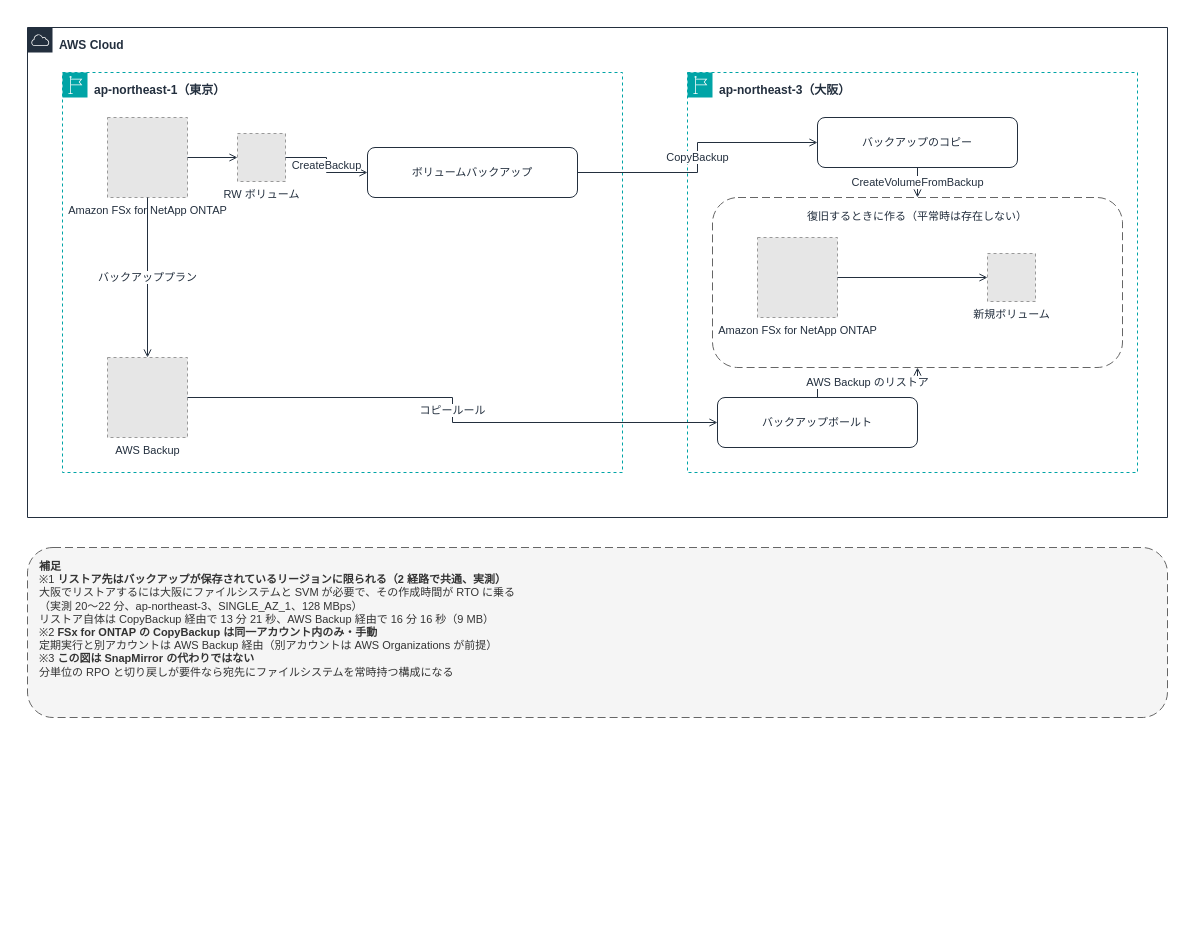
Above: docs/_assets/diagrams/backup-copy-cross-region.drawio in Yoshiki0705/FSx-for-ONTAP-Adoption-Playbook (draw.io), before the change. Source tidied: cells renumbered, new cells numbered last; positions are measured from the earlier drawing's top-left corner, leaving out a move shared by most shapes. Both pictures are drawn from the tidied source at 100%, with x=0, y=0 at pixel (27, 27). Pictures stored in the file or linked from it are replaced by grey dashed boxes.
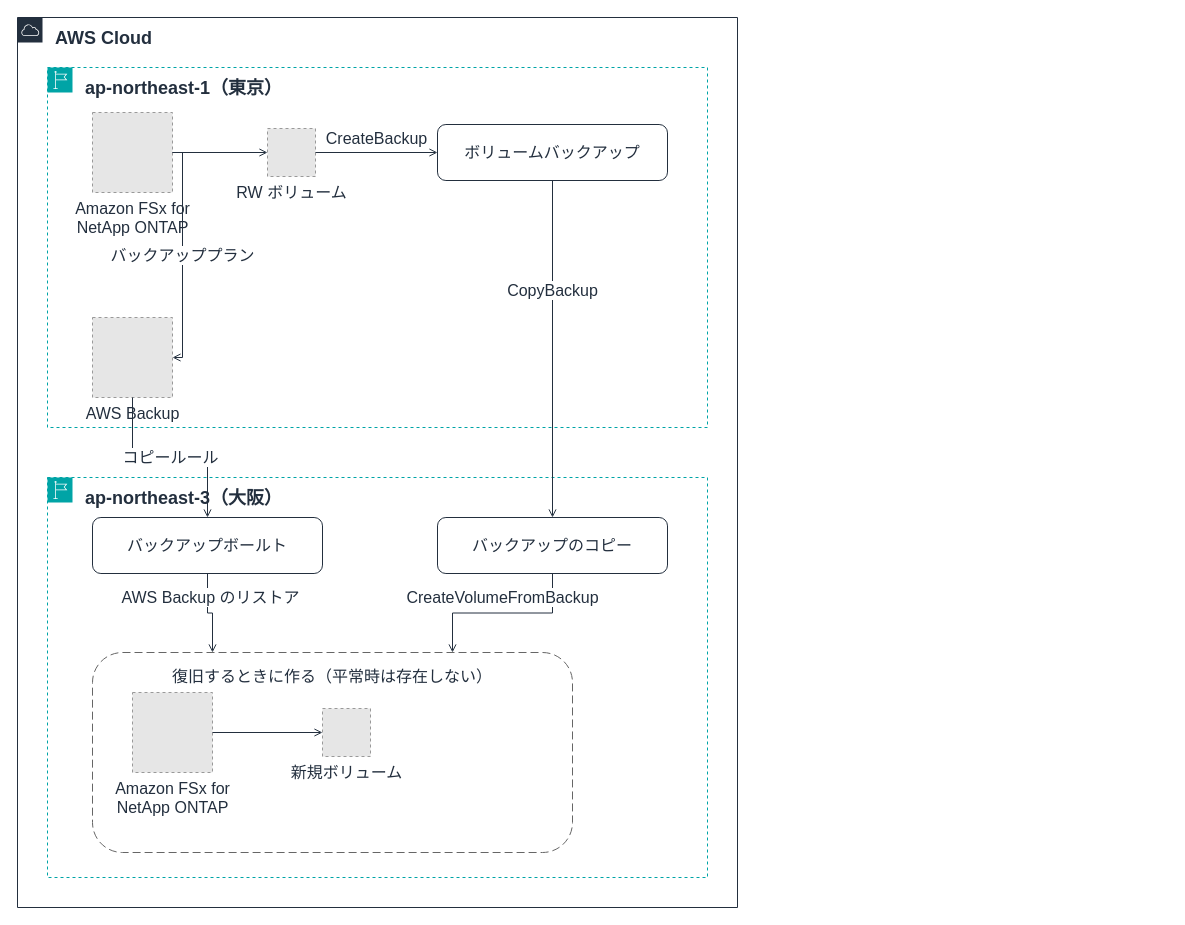
Above is the later version.

Change to the diagram source:
```diff
@@
-    <mxCell id="2" value="AWS Cloud" style="gradientColor=none;html=1;whiteSpace=wrap;fontSize=12;fontStyle=1;fontColor=#232F3E;shape=mxgraph.aws4.group;grIcon=mxgraph.aws4.group_aws_cloud;strokeColor=#232F3E;fillColor=none;verticalAlign=top;align=left;spacingLeft=30;spacingTop=4;dashed=0;" parent="1" vertex="1">
-      <mxGeometry width="1140" height="490" as="geometry" />
+    <mxCell id="2" value="AWS Cloud" style="gradientColor=none;html=1;whiteSpace=wrap;fontSize=18;fontStyle=1;fontColor=#232F3E;shape=mxgraph.aws4.group;grIcon=mxgraph.aws4.group_aws_cloud;strokeColor=#232F3E;fillColor=none;verticalAlign=top;align=left;spacingLeft=36;spacingTop=4;dashed=0;" parent="1" vertex="1">
+      <mxGeometry x="-10" y="-10" width="720" height="890" as="geometry" />
     </mxCell>
-    <mxCell id="3" value="ap-northeast-1（東京）" style="gradientColor=none;html=1;whiteSpace=wrap;fontSize=12;fontStyle=1;fontColor=#232F3E;shape=mxgraph.aws4.group;grIcon=mxgraph.aws4.group_region;strokeColor=#00A4A6;fillColor=none;verticalAlign=top;align=left;spacingLeft=30;spacingTop=4;dashed=1;" parent="1" vertex="1">
-      <mxGeometry x="35" y="45" width="560" height="400" as="geometry" />
+    <mxCell id="3" value="ap-northeast-1（東京）" style="gradientColor=none;html=1;whiteSpace=wrap;fontSize=18;fontStyle=1;fontColor=#232F3E;shape=mxgraph.aws4.group;grIcon=mxgraph.aws4.group_region;strokeColor=#00A4A6;fillColor=none;verticalAlign=top;align=left;spacingLeft=36;spacingTop=4;dashed=1;" parent="1" vertex="1">
+      <mxGeometry x="20" y="40" width="660" height="360" as="geometry" />
     </mxCell>
-    <mxCell id="4" value="ap-northeast-3（大阪）" style="gradientColor=none;html=1;whiteSpace=wrap;fontSize=12;fontStyle=1;fontColor=#232F3E;shape=mxgraph.aws4.group;grIcon=mxgraph.aws4.group_region;strokeColor=#00A4A6;fillColor=none;verticalAlign=top;align=left;spacingLeft=30;spacingTop=4;dashed=1;" parent="1" vertex="1">
-      <mxGeometry x="660" y="45" width="450" height="400" as="geometry" />
+    <mxCell id="4" value="ap-northeast-3（大阪）" style="gradientColor=none;html=1;whiteSpace=wrap;fontSize=18;fontStyle=1;fontColor=#232F3E;shape=mxgraph.aws4.group;grIcon=mxgraph.aws4.group_region;strokeColor=#00A4A6;fillColor=none;verticalAlign=top;align=left;spacingLeft=36;spacingTop=4;dashed=1;" parent="1" vertex="1">
+      <mxGeometry x="20" y="450" width="660" height="400" as="geometry" />
     </mxCell>
-    <mxCell id="5" value="復旧するときに作る（平常時は存在しない）" style="rounded=1;whiteSpace=wrap;html=1;dashed=1;dashPattern=8 4;strokeColor=#666666;fillColor=none;fontColor=#232F3E;fontSize=11;verticalAlign=top;align=center;spacingTop=6;" parent="1" vertex="1">
-      <mxGeometry x="685" y="170" width="410" height="170" as="geometry" />
+    <mxCell id="5" value="復旧するときに作る（平常時は存在しない）" style="rounded=1;whiteSpace=wrap;html=1;dashed=1;dashPattern=8 4;strokeColor=#666666;fillColor=none;fontColor=#232F3E;fontSize=16;verticalAlign=top;align=center;spacingTop=8;" parent="1" vertex="1">
+      <mxGeometry x="65" y="625" width="480" height="200" as="geometry" />
     </mxCell>
-    <mxCell id="6" value="ボリュームバックアップ" style="rounded=1;whiteSpace=wrap;html=1;strokeColor=#232F3E;fillColor=none;fontColor=#232F3E;fontSize=11;verticalAlign=middle;align=center;" parent="1" vertex="1">
-      <mxGeometry x="340" y="120" width="210" height="50" as="geometry" />
+    <mxCell id="6" value="ボリュームバックアップ" style="rounded=1;whiteSpace=wrap;html=1;strokeColor=#232F3E;fillColor=none;fontColor=#232F3E;fontSize=16;verticalAlign=middle;align=center;" parent="1" vertex="1">
+      <mxGeometry x="410" y="97" width="230" height="56" as="geometry" />
     </mxCell>
-    <mxCell id="7" value="バックアップのコピー" style="rounded=1;whiteSpace=wrap;html=1;strokeColor=#232F3E;fillColor=none;fontColor=#232F3E;fontSize=11;verticalAlign=middle;align=center;" parent="1" vertex="1">
-      <mxGeometry x="790" y="90" width="200" height="50" as="geometry" />
+    <mxCell id="7" value="バックアップのコピー" style="rounded=1;whiteSpace=wrap;html=1;strokeColor=#232F3E;fillColor=none;fontColor=#232F3E;fontSize=16;verticalAlign=middle;align=center;" parent="1" vertex="1">
+      <mxGeometry x="410" y="490" width="230" height="56" as="geometry" />
     </mxCell>
-    <mxCell id="8" value="バックアップボールト" style="rounded=1;whiteSpace=wrap;html=1;strokeColor=#232F3E;fillColor=none;fontColor=#232F3E;fontSize=11;verticalAlign=middle;align=center;" parent="1" vertex="1">
-      <mxGeometry x="690" y="370" width="200" height="50" as="geometry" />
+    <mxCell id="8" value="バックアップボールト" style="rounded=1;whiteSpace=wrap;html=1;strokeColor=#232F3E;fillColor=none;fontColor=#232F3E;fontSize=16;verticalAlign=middle;align=center;" parent="1" vertex="1">
+      <mxGeometry x="65" y="490" width="230" height="56" as="geometry" />
     </mxCell>
-    <mxCell id="9" value="Amazon FSx for NetApp ONTAP" style="fillColor=#E6E6E6;strokeColor=#999999;dashed=1;html=1;verticalLabelPosition=bottom;verticalAlign=top;labelPosition=center;align=center;fontSize=11;fontColor=#232F3E;" parent="1" vertex="1">
-      <mxGeometry x="80" y="90" width="80" height="80" as="geometry" />
+    <mxCell id="9" value="Amazon FSx for&lt;br&gt;NetApp ONTAP" style="fillColor=#E6E6E6;strokeColor=#999999;dashed=1;html=1;verticalLabelPosition=bottom;verticalAlign=top;labelPosition=center;align=center;fontSize=16;fontColor=#232F3E;" parent="1" vertex="1">
+      <mxGeometry x="65" y="85" width="80" height="80" as="geometry" />
     </mxCell>
-    <mxCell id="10" value="RW ボリューム" style="fillColor=#E6E6E6;strokeColor=#999999;dashed=1;html=1;verticalLabelPosition=bottom;verticalAlign=top;labelPosition=center;align=center;fontSize=11;fontColor=#232F3E;" parent="1" vertex="1">
-      <mxGeometry x="210" y="106" width="48" height="48" as="geometry" />
+    <mxCell id="10" value="RW ボリューム" style="fillColor=#E6E6E6;strokeColor=#999999;dashed=1;html=1;verticalLabelPosition=bottom;verticalAlign=top;labelPosition=center;align=center;fontSize=16;fontColor=#232F3E;" parent="1" vertex="1">
+      <mxGeometry x="240" y="101" width="48" height="48" as="geometry" />
     </mxCell>
-    <mxCell id="11" value="AWS Backup" style="fillColor=#E6E6E6;strokeColor=#999999;dashed=1;html=1;verticalLabelPosition=bottom;verticalAlign=top;labelPosition=center;align=center;fontSize=11;fontColor=#232F3E;" parent="1" vertex="1">
-      <mxGeometry x="80" y="330" width="80" height="80" as="geometry" />
+    <mxCell id="11" value="AWS Backup" style="fillColor=#E6E6E6;strokeColor=#999999;dashed=1;html=1;verticalLabelPosition=bottom;verticalAlign=top;labelPosition=center;align=center;fontSize=16;fontColor=#232F3E;" parent="1" vertex="1">
+      <mxGeometry x="65" y="290" width="80" height="80" as="geometry" />
     </mxCell>
-    <mxCell id="12" value="Amazon FSx for NetApp ONTAP" style="fillColor=#E6E6E6;strokeColor=#999999;dashed=1;html=1;verticalLabelPosition=bottom;verticalAlign=top;labelPosition=center;align=center;fontSize=11;fontColor=#232F3E;" parent="1" vertex="1">
-      <mxGeometry x="730" y="210" width="80" height="80" as="geometry" />
+    <mxCell id="12" value="Amazon FSx for&lt;br&gt;NetApp ONTAP" style="fillColor=#E6E6E6;strokeColor=#999999;dashed=1;html=1;verticalLabelPosition=bottom;verticalAlign=top;labelPosition=center;align=center;fontSize=16;fontColor=#232F3E;" parent="1" vertex="1">
+      <mxGeometry x="105" y="665" width="80" height="80" as="geometry" />
     </mxCell>
-    <mxCell id="13" value="新規ボリューム" style="fillColor=#E6E6E6;strokeColor=#999999;dashed=1;html=1;verticalLabelPosition=bottom;verticalAlign=top;labelPosition=center;align=center;fontSize=11;fontColor=#232F3E;" parent="1" vertex="1">
-      <mxGeometry x="960" y="226" width="48" height="48" as="geometry" />
+    <mxCell id="13" value="新規ボリューム" style="fillColor=#E6E6E6;strokeColor=#999999;dashed=1;html=1;verticalLabelPosition=bottom;verticalAlign=top;labelPosition=center;align=center;fontSize=16;fontColor=#232F3E;" parent="1" vertex="1">
+      <mxGeometry x="295" y="681" width="48" height="48" as="geometry" />
     </mxCell>
-    <mxCell id="14" style="edgeStyle=orthogonalEdgeStyle;rounded=0;html=1;endArrow=open;endFill=0;strokeColor=#232F3E;strokeWidth=1;fontSize=11;fontColor=#232F3E;labelBackgroundColor=#FFFFFF;" parent="1" edge="1" source="9" target="10">
+    <mxCell id="14" style="edgeStyle=orthogonalEdgeStyle;rounded=0;html=1;endArrow=open;endFill=0;strokeColor=#232F3E;strokeWidth=1;fontSize=16;fontColor=#232F3E;labelBackgroundColor=#FFFFFF;" parent="1" edge="1" source="9" target="10">
       <mxGeometry relative="1" as="geometry" />
     </mxCell>
-    <mxCell id="15" value="CreateBackup" style="edgeStyle=orthogonalEdgeStyle;rounded=0;html=1;endArrow=open;endFill=0;strokeColor=#232F3E;strokeWidth=1;fontSize=11;fontColor=#232F3E;labelBackgroundColor=#FFFFFF;" parent="1" edge="1" source="10" target="6">
-      <mxGeometry relative="1" as="geometry" />
+    <mxCell id="15" value="CreateBackup" style="edgeStyle=orthogonalEdgeStyle;rounded=0;html=1;endArrow=open;endFill=0;strokeColor=#232F3E;strokeWidth=1;fontSize=16;fontColor=#232F3E;labelBackgroundColor=#FFFFFF;" parent="1" edge="1" source="10" target="6">
+      <mxGeometry relative="1" as="geometry">
+        <mxPoint y="-14" as="offset" />
+      </mxGeometry>
     </mxCell>
-    <mxCell id="16" value="CopyBackup" style="edgeStyle=orthogonalEdgeStyle;rounded=0;html=1;endArrow=open;endFill=0;strokeColor=#232F3E;strokeWidth=1;fontSize=11;fontColor=#232F3E;labelBackgroundColor=#FFFFFF;" parent="1" edge="1" source="6" target="7">
-      <mxGeometry relative="1" as="geometry" />
+    <mxCell id="16" value="CopyBackup" style="edgeStyle=orthogonalEdgeStyle;rounded=0;html=1;endArrow=open;endFill=0;strokeColor=#232F3E;strokeWidth=1;fontSize=16;fontColor=#232F3E;labelBackgroundColor=#FFFFFF;exitX=0.5;exitY=1.0;exitDx=0;exitDy=0;entryX=0.5;entryY=0.0;entryDx=0;entryDy=0;" parent="1" edge="1" source="6" target="7">
+      <mxGeometry x="-0.35" relative="1" as="geometry" />
     </mxCell>
-    <mxCell id="17" value="バックアッププラン" style="edgeStyle=orthogonalEdgeStyle;rounded=0;html=1;endArrow=open;endFill=0;strokeColor=#232F3E;strokeWidth=1;fontSize=11;fontColor=#232F3E;labelBackgroundColor=#FFFFFF;" parent="1" edge="1" source="9" target="11">
+    <mxCell id="17" value="バックアッププラン" style="edgeStyle=orthogonalEdgeStyle;rounded=0;html=1;endArrow=open;endFill=0;strokeColor=#232F3E;strokeWidth=1;fontSize=16;fontColor=#232F3E;labelBackgroundColor=#FFFFFF;exitX=1.0;exitY=0.5;exitDx=0;exitDy=0;entryX=1.0;entryY=0.5;entryDx=0;entryDy=0;" parent="1" edge="1" source="9" target="11">
       <mxGeometry relative="1" as="geometry" />
     </mxCell>
-    <mxCell id="18" value="コピールール" style="edgeStyle=orthogonalEdgeStyle;rounded=0;html=1;endArrow=open;endFill=0;strokeColor=#232F3E;strokeWidth=1;fontSize=11;fontColor=#232F3E;labelBackgroundColor=#FFFFFF;" parent="1" edge="1" source="11" target="8">
+    <mxCell id="18" value="コピールール" style="edgeStyle=orthogonalEdgeStyle;rounded=0;html=1;endArrow=open;endFill=0;strokeColor=#232F3E;strokeWidth=1;fontSize=16;fontColor=#232F3E;labelBackgroundColor=#FFFFFF;exitX=0.5;exitY=1.0;exitDx=0;exitDy=0;entryX=0.5;entryY=0.0;entryDx=0;entryDy=0;" parent="1" edge="1" source="11" target="8">
       <mxGeometry relative="1" as="geometry" />
     </mxCell>
-    <mxCell id="19" value="CreateVolumeFromBackup" style="edgeStyle=orthogonalEdgeStyle;rounded=0;html=1;endArrow=open;endFill=0;strokeColor=#232F3E;strokeWidth=1;fontSize=11;fontColor=#232F3E;labelBackgroundColor=#FFFFFF;exitX=0.5;exitY=1.0;exitDx=0;exitDy=0;entryX=0.5;entryY=0.0;entryDx=0;entryDy=0;" parent="1" edge="1" source="7" target="5">
-      <mxGeometry relative="1" as="geometry" />
+    <mxCell id="19" value="CreateVolumeFromBackup" style="edgeStyle=orthogonalEdgeStyle;rounded=0;html=1;endArrow=open;endFill=0;strokeColor=#232F3E;strokeWidth=1;fontSize=16;fontColor=#232F3E;labelBackgroundColor=#FFFFFF;exitX=0.5;exitY=1.0;exitDx=0;exitDy=0;entryX=0.75;entryY=0.0;entryDx=0;entryDy=0;" parent="1" edge="1" source="7" target="5">
+      <mxGeometry relative="1" as="geometry">
+        <mxPoint y="-16" as="offset" />
+      </mxGeometry>
     </mxCell>
-    <mxCell id="20" value="AWS Backup のリストア" style="edgeStyle=orthogonalEdgeStyle;rounded=0;html=1;endArrow=open;endFill=0;strokeColor=#232F3E;strokeWidth=1;fontSize=11;fontColor=#232F3E;labelBackgroundColor=#FFFFFF;exitX=0.5;exitY=0.0;exitDx=0;exitDy=0;entryX=0.5;entryY=1.0;entryDx=0;entryDy=0;" parent="1" edge="1" source="8" target="5">
-      <mxGeometry relative="1" as="geometry" />
+    <mxCell id="20" value="AWS Backup のリストア" style="edgeStyle=orthogonalEdgeStyle;rounded=0;html=1;endArrow=open;endFill=0;strokeColor=#232F3E;strokeWidth=1;fontSize=16;fontColor=#232F3E;labelBackgroundColor=#FFFFFF;exitX=0.5;exitY=1.0;exitDx=0;exitDy=0;entryX=0.25;entryY=0.0;entryDx=0;entryDy=0;" parent="1" edge="1" source="8" target="5">
+      <mxGeometry relative="1" as="geometry">
+        <mxPoint y="-16" as="offset" />
+      </mxGeometry>
     </mxCell>
-    <mxCell id="21" style="edgeStyle=orthogonalEdgeStyle;rounded=0;html=1;endArrow=open;endFill=0;strokeColor=#232F3E;strokeWidth=1;fontSize=11;fontColor=#232F3E;labelBackgroundColor=#FFFFFF;" parent="1" edge="1" source="12" target="13">
+    <mxCell id="21" style="edgeStyle=orthogonalEdgeStyle;rounded=0;html=1;endArrow=open;endFill=0;strokeColor=#232F3E;strokeWidth=1;fontSize=16;fontColor=#232F3E;labelBackgroundColor=#FFFFFF;" parent="1" edge="1" source="12" target="13">
       <mxGeometry relative="1" as="geometry" />
     </mxCell>
-    <mxCell id="22" value="&lt;b&gt;補足&lt;/b&gt;&lt;br&gt;※1 &lt;b&gt;リストア先はバックアップが保存されているリージョンに限られる（2 経路で共通、実測）&lt;/b&gt;&lt;br&gt;大阪でリストアするには大阪にファイルシステムと SVM が必要で、その作成時間が RTO に乗る&lt;br&gt;（実測 20〜22 分、ap-northeast-3、SINGLE_AZ_1、128 MBps）&lt;br&gt;リストア自体は CopyBackup 経由で 13 分 21 秒、AWS Backup 経由で 16 分 16 秒（9 MB）&lt;br&gt;※2 &lt;b&gt;FSx for ONTAP の CopyBackup は同一アカウント内のみ・手動&lt;/b&gt;&lt;br&gt;定期実行と別アカウントは AWS Backup 経由（別アカウントは AWS Organizations が前提）&lt;br&gt;※3 &lt;b&gt;この図は SnapMirror の代わりではない&lt;/b&gt;&lt;br&gt;分単位の RPO と切り戻しが要件なら宛先にファイルシステムを常時持つ構成になる" style="rounded=1;whiteSpace=wrap;html=1;dashed=1;dashPattern=8 4;strokeColor=#666666;fillColor=#F5F5F5;fontColor=#333333;fontSize=11;align=left;verticalAlign=top;spacingLeft=10;spacingTop=6;" parent="1" vertex="1">
-      <mxGeometry y="520" width="1140" height="170" as="geometry" />
-    </mxCell>
```
